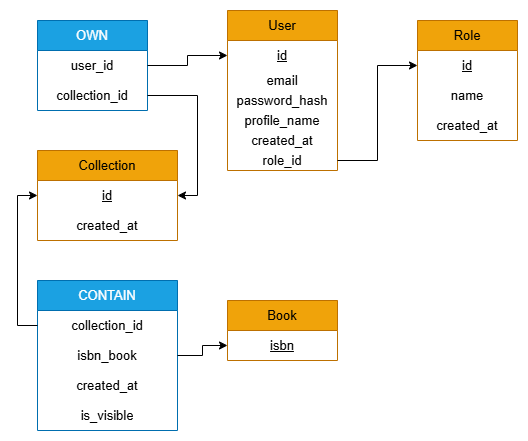
Earlier version of the draw.io export schemas/mcd-mld/mld.png (hoailinh567/projet-wikibouquin). Source tidied: cells renumbered, new cells last; positions are measured from the earlier drawing's top-left corner, leaving out a move shared by most shapes. Source of this version:
```xml
<mxGraphModel background="#FFFFFF">
  <root>
    <mxCell id="0" />
    <mxCell id="1" parent="0" />
    <mxCell id="2" value="User" style="swimlane;fontStyle=0;horizontal=1;startSize=30;whiteSpace=wrap;html=1;align=center;fillColor=#f0a30a;fontColor=#000000;strokeColor=#BD7000;fontSize=13;" parent="1" vertex="1">
      <mxGeometry x="190" width="110" height="160" as="geometry" />
    </mxCell>
    <mxCell id="3" value="id" style="text;strokeColor=none;fillColor=none;align=center;verticalAlign=middle;spacingLeft=4;spacingRight=4;overflow=hidden;points=[[0,0.5],[1,0.5]];portConstraint=eastwest;whiteSpace=wrap;html=1;fontStyle=4;fontSize=13;" parent="2" vertex="1">
      <mxGeometry y="30" width="110" height="30" as="geometry" />
    </mxCell>
    <mxCell id="4" value="email" style="text;strokeColor=none;fillColor=none;align=center;verticalAlign=middle;spacingLeft=4;spacingRight=4;overflow=hidden;whiteSpace=wrap;html=1;fontSize=13;" parent="2" vertex="1">
      <mxGeometry y="60" width="110" height="20" as="geometry" />
    </mxCell>
    <mxCell id="5" value="password_hash" style="text;strokeColor=none;fillColor=none;align=center;verticalAlign=middle;spacingLeft=4;spacingRight=4;overflow=hidden;whiteSpace=wrap;html=1;fontSize=13;" parent="2" vertex="1">
      <mxGeometry y="80" width="110" height="20" as="geometry" />
    </mxCell>
    <mxCell id="6" value="profile_name" style="text;strokeColor=none;fillColor=none;align=center;verticalAlign=middle;spacingLeft=4;spacingRight=4;overflow=hidden;whiteSpace=wrap;html=1;fontSize=13;" parent="2" vertex="1">
      <mxGeometry y="100" width="110" height="20" as="geometry" />
    </mxCell>
    <mxCell id="7" value="created_at" style="text;strokeColor=none;fillColor=none;align=center;verticalAlign=middle;spacingLeft=4;spacingRight=4;overflow=hidden;whiteSpace=wrap;html=1;fontSize=13;" parent="2" vertex="1">
      <mxGeometry y="120" width="110" height="20" as="geometry" />
    </mxCell>
    <mxCell id="8" value="role_id" style="text;strokeColor=none;fillColor=none;align=center;verticalAlign=middle;spacingLeft=4;spacingRight=4;overflow=hidden;points=[[0,0.5],[1,0.5]];portConstraint=eastwest;whiteSpace=wrap;html=1;fontSize=13;" parent="2" vertex="1">
      <mxGeometry y="140" width="110" height="20" as="geometry" />
    </mxCell>
    <mxCell id="9" value="Role" style="swimlane;fontStyle=0;horizontal=1;startSize=30;whiteSpace=wrap;html=1;align=center;fillColor=#f0a30a;fontColor=#000000;strokeColor=#BD7000;fontSize=13;" parent="1" vertex="1">
      <mxGeometry x="380" y="10" width="100" height="120" as="geometry" />
    </mxCell>
    <mxCell id="10" value="id" style="text;strokeColor=none;fillColor=none;align=center;verticalAlign=middle;spacingLeft=4;spacingRight=4;overflow=hidden;points=[[0,0.5],[1,0.5]];portConstraint=eastwest;whiteSpace=wrap;html=1;fontStyle=4;fontSize=13;" parent="9" vertex="1">
      <mxGeometry y="30" width="100" height="30" as="geometry" />
    </mxCell>
    <mxCell id="11" value="name" style="text;strokeColor=none;fillColor=none;align=center;verticalAlign=middle;spacingLeft=4;spacingRight=4;overflow=hidden;whiteSpace=wrap;html=1;fontSize=13;" parent="9" vertex="1">
      <mxGeometry y="60" width="100" height="30" as="geometry" />
    </mxCell>
    <mxCell id="12" value="created_at" style="text;strokeColor=none;fillColor=none;align=center;verticalAlign=middle;spacingLeft=4;spacingRight=4;overflow=hidden;whiteSpace=wrap;html=1;fontSize=13;" parent="9" vertex="1">
      <mxGeometry y="90" width="100" height="30" as="geometry" />
    </mxCell>
    <mxCell id="13" value="Book" style="swimlane;fontStyle=0;horizontal=1;startSize=30;whiteSpace=wrap;html=1;align=center;fillColor=#f0a30a;fontColor=#000000;strokeColor=#BD7000;fontSize=13;" parent="1" vertex="1">
      <mxGeometry x="190" y="290" width="110" height="60" as="geometry" />
    </mxCell>
    <mxCell id="14" value="isbn" style="text;strokeColor=none;fillColor=none;align=center;verticalAlign=middle;spacingLeft=4;spacingRight=4;overflow=hidden;points=[[0,0.5],[1,0.5]];portConstraint=eastwest;whiteSpace=wrap;html=1;fontStyle=4;fontSize=13;" parent="13" vertex="1">
      <mxGeometry y="30" width="110" height="30" as="geometry" />
    </mxCell>
    <mxCell id="15" value="CONTAIN" style="swimlane;fontStyle=0;horizontal=1;startSize=30;whiteSpace=wrap;html=1;align=center;fillColor=#1ba1e2;fontColor=#ffffff;strokeColor=#006EAF;fontSize=13;" parent="1" vertex="1">
      <mxGeometry y="270" width="140" height="150" as="geometry" />
    </mxCell>
    <mxCell id="16" value="collection_id" style="text;strokeColor=none;fillColor=none;align=center;verticalAlign=middle;spacingLeft=4;spacingRight=4;overflow=hidden;points=[[0,0.5],[1,0.5]];portConstraint=eastwest;whiteSpace=wrap;html=1;fontSize=13;" parent="15" vertex="1">
      <mxGeometry y="30" width="140" height="30" as="geometry" />
    </mxCell>
    <mxCell id="17" value="isbn_book" style="text;strokeColor=none;fillColor=none;align=center;verticalAlign=middle;spacingLeft=4;spacingRight=4;overflow=hidden;points=[[0,0.5],[1,0.5]];portConstraint=eastwest;whiteSpace=wrap;html=1;fontSize=13;" parent="15" vertex="1">
      <mxGeometry y="60" width="140" height="30" as="geometry" />
    </mxCell>
    <mxCell id="18" value="created_at" style="text;strokeColor=none;fillColor=none;align=center;verticalAlign=middle;spacingLeft=4;spacingRight=4;overflow=hidden;whiteSpace=wrap;html=1;fontSize=13;" parent="15" vertex="1">
      <mxGeometry y="90" width="140" height="30" as="geometry" />
    </mxCell>
    <mxCell id="19" value="is_visible" style="text;strokeColor=none;fillColor=none;align=center;verticalAlign=middle;spacingLeft=4;spacingRight=4;overflow=hidden;whiteSpace=wrap;html=1;fontSize=13;" parent="15" vertex="1">
      <mxGeometry y="120" width="140" height="30" as="geometry" />
    </mxCell>
    <mxCell id="20" value="OWN" style="swimlane;fontStyle=0;horizontal=1;startSize=30;whiteSpace=wrap;html=1;align=center;fillColor=#1ba1e2;fontColor=#ffffff;strokeColor=#006EAF;fontSize=13;" parent="1" vertex="1">
      <mxGeometry y="10" width="110" height="90" as="geometry" />
    </mxCell>
    <mxCell id="21" value="user_id" style="text;strokeColor=none;fillColor=none;align=center;verticalAlign=middle;spacingLeft=4;spacingRight=4;overflow=hidden;points=[[0,0.5],[1,0.5]];portConstraint=eastwest;whiteSpace=wrap;html=1;fontSize=13;" parent="20" vertex="1">
      <mxGeometry y="30" width="110" height="30" as="geometry" />
    </mxCell>
    <mxCell id="22" value="collection_id" style="text;strokeColor=none;fillColor=none;align=center;verticalAlign=middle;spacingLeft=4;spacingRight=4;overflow=hidden;points=[[0,0.5],[1,0.5]];portConstraint=eastwest;whiteSpace=wrap;html=1;fontSize=13;" parent="20" vertex="1">
      <mxGeometry y="60" width="110" height="30" as="geometry" />
    </mxCell>
    <mxCell id="23" style="edgeStyle=orthogonalEdgeStyle;rounded=0;jettySize=auto;html=1;exitX=1;exitY=0.5;exitDx=0;exitDy=0;entryX=0;entryY=0.5;entryDx=0;entryDy=0;align=center;fontSize=13;" parent="1" edge="1" source="8" target="10">
      <mxGeometry relative="1" as="geometry" />
    </mxCell>
    <mxCell id="24" value="Collection" style="swimlane;fontStyle=0;horizontal=1;startSize=30;whiteSpace=wrap;html=1;align=center;fillColor=#f0a30a;fontColor=#000000;strokeColor=#BD7000;fontSize=13;" parent="1" vertex="1">
      <mxGeometry y="140" width="140" height="90" as="geometry" />
    </mxCell>
    <mxCell id="25" value="id" style="text;strokeColor=none;fillColor=none;align=center;verticalAlign=middle;spacingLeft=4;spacingRight=4;overflow=hidden;points=[[0,0.5],[1,0.5]];portConstraint=eastwest;whiteSpace=wrap;html=1;fontStyle=4;fontSize=13;" parent="24" vertex="1">
      <mxGeometry y="30" width="140" height="30" as="geometry" />
    </mxCell>
    <mxCell id="26" value="created_at" style="text;strokeColor=none;fillColor=none;align=center;verticalAlign=middle;spacingLeft=4;spacingRight=4;overflow=hidden;whiteSpace=wrap;html=1;fontSize=13;" parent="24" vertex="1">
      <mxGeometry y="60" width="140" height="30" as="geometry" />
    </mxCell>
    <mxCell id="27" style="edgeStyle=orthogonalEdgeStyle;rounded=0;jettySize=auto;html=1;exitX=1;exitY=0.5;exitDx=0;exitDy=0;align=center;fontSize=13;" parent="1" edge="1" source="21" target="3">
      <mxGeometry relative="1" as="geometry" />
    </mxCell>
    <mxCell id="28" style="edgeStyle=orthogonalEdgeStyle;rounded=0;jettySize=auto;html=1;exitX=0;exitY=0.5;exitDx=0;exitDy=0;entryX=0;entryY=0.5;entryDx=0;entryDy=0;align=center;fontSize=13;" parent="1" edge="1" source="16" target="25">
      <mxGeometry relative="1" as="geometry" />
    </mxCell>
    <mxCell id="29" style="edgeStyle=orthogonalEdgeStyle;rounded=0;jettySize=auto;html=1;entryX=1;entryY=0.5;entryDx=0;entryDy=0;align=center;fontSize=13;" parent="1" edge="1" source="22" target="25">
      <mxGeometry relative="1" as="geometry" />
    </mxCell>
    <mxCell id="30" style="edgeStyle=orthogonalEdgeStyle;rounded=0;jettySize=auto;html=1;exitX=1;exitY=0.5;exitDx=0;exitDy=0;align=center;fontSize=13;" parent="1" edge="1" source="17" target="14">
      <mxGeometry relative="1" as="geometry" />
    </mxCell>
  </root>
</mxGraphModel>
```
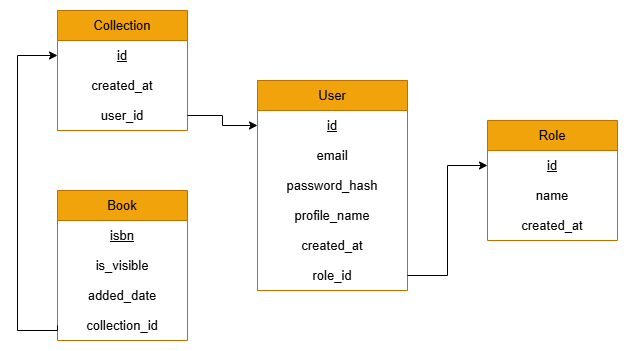
Later version of the same file.

Diff of the diagram source:
```diff
@@ -3,91 +3,79 @@
     <mxCell id="0" />
     <mxCell id="1" parent="0" />
     <mxCell id="2" value="User" style="swimlane;fontStyle=0;horizontal=1;startSize=30;whiteSpace=wrap;html=1;align=center;fillColor=#f0a30a;fontColor=#000000;strokeColor=#BD7000;fontSize=13;" parent="1" vertex="1">
-      <mxGeometry x="190" width="110" height="160" as="geometry" />
+      <mxGeometry x="140" y="100" width="150" height="210" as="geometry" />
     </mxCell>
     <mxCell id="3" value="id" style="text;strokeColor=none;fillColor=none;align=center;verticalAlign=middle;spacingLeft=4;spacingRight=4;overflow=hidden;points=[[0,0.5],[1,0.5]];portConstraint=eastwest;whiteSpace=wrap;html=1;fontStyle=4;fontSize=13;" parent="2" vertex="1">
-      <mxGeometry y="30" width="110" height="30" as="geometry" />
+      <mxGeometry y="30" width="150" height="30" as="geometry" />
     </mxCell>
     <mxCell id="4" value="email" style="text;strokeColor=none;fillColor=none;align=center;verticalAlign=middle;spacingLeft=4;spacingRight=4;overflow=hidden;whiteSpace=wrap;html=1;fontSize=13;" parent="2" vertex="1">
-      <mxGeometry y="60" width="110" height="20" as="geometry" />
+      <mxGeometry y="60" width="150" height="30" as="geometry" />
     </mxCell>
     <mxCell id="5" value="password_hash" style="text;strokeColor=none;fillColor=none;align=center;verticalAlign=middle;spacingLeft=4;spacingRight=4;overflow=hidden;whiteSpace=wrap;html=1;fontSize=13;" parent="2" vertex="1">
-      <mxGeometry y="80" width="110" height="20" as="geometry" />
+      <mxGeometry y="90" width="150" height="30" as="geometry" />
     </mxCell>
     <mxCell id="6" value="profile_name" style="text;strokeColor=none;fillColor=none;align=center;verticalAlign=middle;spacingLeft=4;spacingRight=4;overflow=hidden;whiteSpace=wrap;html=1;fontSize=13;" parent="2" vertex="1">
-      <mxGeometry y="100" width="110" height="20" as="geometry" />
+      <mxGeometry y="120" width="150" height="30" as="geometry" />
     </mxCell>
     <mxCell id="7" value="created_at" style="text;strokeColor=none;fillColor=none;align=center;verticalAlign=middle;spacingLeft=4;spacingRight=4;overflow=hidden;whiteSpace=wrap;html=1;fontSize=13;" parent="2" vertex="1">
-      <mxGeometry y="120" width="110" height="20" as="geometry" />
+      <mxGeometry y="150" width="150" height="30" as="geometry" />
     </mxCell>
     <mxCell id="8" value="role_id" style="text;strokeColor=none;fillColor=none;align=center;verticalAlign=middle;spacingLeft=4;spacingRight=4;overflow=hidden;points=[[0,0.5],[1,0.5]];portConstraint=eastwest;whiteSpace=wrap;html=1;fontSize=13;" parent="2" vertex="1">
-      <mxGeometry y="140" width="110" height="20" as="geometry" />
+      <mxGeometry y="180" width="150" height="30" as="geometry" />
     </mxCell>
     <mxCell id="9" value="Role" style="swimlane;fontStyle=0;horizontal=1;startSize=30;whiteSpace=wrap;html=1;align=center;fillColor=#f0a30a;fontColor=#000000;strokeColor=#BD7000;fontSize=13;" parent="1" vertex="1">
-      <mxGeometry x="380" y="10" width="100" height="120" as="geometry" />
+      <mxGeometry x="370" y="140" width="130" height="120" as="geometry" />
     </mxCell>
     <mxCell id="10" value="id" style="text;strokeColor=none;fillColor=none;align=center;verticalAlign=middle;spacingLeft=4;spacingRight=4;overflow=hidden;points=[[0,0.5],[1,0.5]];portConstraint=eastwest;whiteSpace=wrap;html=1;fontStyle=4;fontSize=13;" parent="9" vertex="1">
-      <mxGeometry y="30" width="100" height="30" as="geometry" />
+      <mxGeometry y="30" width="130" height="30" as="geometry" />
     </mxCell>
     <mxCell id="11" value="name" style="text;strokeColor=none;fillColor=none;align=center;verticalAlign=middle;spacingLeft=4;spacingRight=4;overflow=hidden;whiteSpace=wrap;html=1;fontSize=13;" parent="9" vertex="1">
-      <mxGeometry y="60" width="100" height="30" as="geometry" />
+      <mxGeometry y="60" width="130" height="30" as="geometry" />
     </mxCell>
     <mxCell id="12" value="created_at" style="text;strokeColor=none;fillColor=none;align=center;verticalAlign=middle;spacingLeft=4;spacingRight=4;overflow=hidden;whiteSpace=wrap;html=1;fontSize=13;" parent="9" vertex="1">
-      <mxGeometry y="90" width="100" height="30" as="geometry" />
+      <mxGeometry y="90" width="130" height="30" as="geometry" />
     </mxCell>
     <mxCell id="13" value="Book" style="swimlane;fontStyle=0;horizontal=1;startSize=30;whiteSpace=wrap;html=1;align=center;fillColor=#f0a30a;fontColor=#000000;strokeColor=#BD7000;fontSize=13;" parent="1" vertex="1">
-      <mxGeometry x="190" y="290" width="110" height="60" as="geometry" />
+      <mxGeometry x="-60" y="210" width="130" height="150" as="geometry" />
     </mxCell>
     <mxCell id="14" value="isbn" style="text;strokeColor=none;fillColor=none;align=center;verticalAlign=middle;spacingLeft=4;spacingRight=4;overflow=hidden;points=[[0,0.5],[1,0.5]];portConstraint=eastwest;whiteSpace=wrap;html=1;fontStyle=4;fontSize=13;" parent="13" vertex="1">
-      <mxGeometry y="30" width="110" height="30" as="geometry" />
+      <mxGeometry y="30" width="130" height="30" as="geometry" />
     </mxCell>
-    <mxCell id="15" value="CONTAIN" style="swimlane;fontStyle=0;horizontal=1;startSize=30;whiteSpace=wrap;html=1;align=center;fillColor=#1ba1e2;fontColor=#ffffff;strokeColor=#006EAF;fontSize=13;" parent="1" vertex="1">
-      <mxGeometry y="270" width="140" height="150" as="geometry" />
-    </mxCell>
-    <mxCell id="16" value="collection_id" style="text;strokeColor=none;fillColor=none;align=center;verticalAlign=middle;spacingLeft=4;spacingRight=4;overflow=hidden;points=[[0,0.5],[1,0.5]];portConstraint=eastwest;whiteSpace=wrap;html=1;fontSize=13;" parent="15" vertex="1">
-      <mxGeometry y="30" width="140" height="30" as="geometry" />
-    </mxCell>
-    <mxCell id="17" value="isbn_book" style="text;strokeColor=none;fillColor=none;align=center;verticalAlign=middle;spacingLeft=4;spacingRight=4;overflow=hidden;points=[[0,0.5],[1,0.5]];portConstraint=eastwest;whiteSpace=wrap;html=1;fontSize=13;" parent="15" vertex="1">
-      <mxGeometry y="60" width="140" height="30" as="geometry" />
-    </mxCell>
-    <mxCell id="18" value="created_at" style="text;strokeColor=none;fillColor=none;align=center;verticalAlign=middle;spacingLeft=4;spacingRight=4;overflow=hidden;whiteSpace=wrap;html=1;fontSize=13;" parent="15" vertex="1">
-      <mxGeometry y="90" width="140" height="30" as="geometry" />
-    </mxCell>
-    <mxCell id="19" value="is_visible" style="text;strokeColor=none;fillColor=none;align=center;verticalAlign=middle;spacingLeft=4;spacingRight=4;overflow=hidden;whiteSpace=wrap;html=1;fontSize=13;" parent="15" vertex="1">
-      <mxGeometry y="120" width="140" height="30" as="geometry" />
+    <mxCell id="19" value="is_visible" style="text;strokeColor=none;fillColor=none;align=center;verticalAlign=middle;spacingLeft=4;spacingRight=4;overflow=hidden;whiteSpace=wrap;html=1;fontSize=13;" parent="13" vertex="1">
+      <mxGeometry y="60" width="130" height="30" as="geometry" />
     </mxCell>
-    <mxCell id="20" value="OWN" style="swimlane;fontStyle=0;horizontal=1;startSize=30;whiteSpace=wrap;html=1;align=center;fillColor=#1ba1e2;fontColor=#ffffff;strokeColor=#006EAF;fontSize=13;" parent="1" vertex="1">
-      <mxGeometry y="10" width="110" height="90" as="geometry" />
-    </mxCell>
-    <mxCell id="21" value="user_id" style="text;strokeColor=none;fillColor=none;align=center;verticalAlign=middle;spacingLeft=4;spacingRight=4;overflow=hidden;points=[[0,0.5],[1,0.5]];portConstraint=eastwest;whiteSpace=wrap;html=1;fontSize=13;" parent="20" vertex="1">
-      <mxGeometry y="30" width="110" height="30" as="geometry" />
-    </mxCell>
-    <mxCell id="22" value="collection_id" style="text;strokeColor=none;fillColor=none;align=center;verticalAlign=middle;spacingLeft=4;spacingRight=4;overflow=hidden;points=[[0,0.5],[1,0.5]];portConstraint=eastwest;whiteSpace=wrap;html=1;fontSize=13;" parent="20" vertex="1">
-      <mxGeometry y="60" width="110" height="30" as="geometry" />
-    </mxCell>
+    <mxCell id="31" value="added_date" style="text;strokeColor=none;fillColor=none;align=center;verticalAlign=middle;spacingLeft=4;spacingRight=4;overflow=hidden;whiteSpace=wrap;html=1;fontSize=13;" parent="13" vertex="1">
+      <mxGeometry y="90" width="130" height="30" as="geometry" />
+    </mxCell>
+    <mxCell id="32" value="collection_id" style="text;strokeColor=none;fillColor=none;align=center;verticalAlign=middle;spacingLeft=4;spacingRight=4;overflow=hidden;points=[[0,0.5],[1,0.5]];portConstraint=eastwest;whiteSpace=wrap;html=1;fontSize=13;" parent="13" vertex="1">
+      <mxGeometry y="120" width="130" height="30" as="geometry" />
+    </mxCell>
     <mxCell id="23" style="edgeStyle=orthogonalEdgeStyle;rounded=0;jettySize=auto;html=1;exitX=1;exitY=0.5;exitDx=0;exitDy=0;entryX=0;entryY=0.5;entryDx=0;entryDy=0;align=center;fontSize=13;" parent="1" edge="1" source="8" target="10">
       <mxGeometry relative="1" as="geometry" />
     </mxCell>
     <mxCell id="24" value="Collection" style="swimlane;fontStyle=0;horizontal=1;startSize=30;whiteSpace=wrap;html=1;align=center;fillColor=#f0a30a;fontColor=#000000;strokeColor=#BD7000;fontSize=13;" parent="1" vertex="1">
-      <mxGeometry y="140" width="140" height="90" as="geometry" />
+      <mxGeometry x="-60" y="30" width="130" height="120" as="geometry" />
     </mxCell>
     <mxCell id="25" value="id" style="text;strokeColor=none;fillColor=none;align=center;verticalAlign=middle;spacingLeft=4;spacingRight=4;overflow=hidden;points=[[0,0.5],[1,0.5]];portConstraint=eastwest;whiteSpace=wrap;html=1;fontStyle=4;fontSize=13;" parent="24" vertex="1">
-      <mxGeometry y="30" width="140" height="30" as="geometry" />
+      <mxGeometry y="30" width="130" height="30" as="geometry" />
     </mxCell>
     <mxCell id="26" value="created_at" style="text;strokeColor=none;fillColor=none;align=center;verticalAlign=middle;spacingLeft=4;spacingRight=4;overflow=hidden;whiteSpace=wrap;html=1;fontSize=13;" parent="24" vertex="1">
-      <mxGeometry y="60" width="140" height="30" as="geometry" />
+      <mxGeometry y="60" width="130" height="30" as="geometry" />
     </mxCell>
+    <mxCell id="21" value="user_id" style="text;strokeColor=none;fillColor=none;align=center;verticalAlign=middle;spacingLeft=4;spacingRight=4;overflow=hidden;points=[[0,0.5],[1,0.5]];portConstraint=eastwest;whiteSpace=wrap;html=1;fontSize=13;" parent="24" vertex="1">
+      <mxGeometry y="90" width="130" height="30" as="geometry" />
+    </mxCell>
     <mxCell id="27" style="edgeStyle=orthogonalEdgeStyle;rounded=0;jettySize=auto;html=1;exitX=1;exitY=0.5;exitDx=0;exitDy=0;align=center;fontSize=13;" parent="1" edge="1" source="21" target="3">
       <mxGeometry relative="1" as="geometry" />
     </mxCell>
-    <mxCell id="28" style="edgeStyle=orthogonalEdgeStyle;rounded=0;jettySize=auto;html=1;exitX=0;exitY=0.5;exitDx=0;exitDy=0;entryX=0;entryY=0.5;entryDx=0;entryDy=0;align=center;fontSize=13;" parent="1" edge="1" source="16" target="25">
-      <mxGeometry relative="1" as="geometry" />
-    </mxCell>
-    <mxCell id="29" style="edgeStyle=orthogonalEdgeStyle;rounded=0;jettySize=auto;html=1;entryX=1;entryY=0.5;entryDx=0;entryDy=0;align=center;fontSize=13;" parent="1" edge="1" source="22" target="25">
-      <mxGeometry relative="1" as="geometry" />
-    </mxCell>
-    <mxCell id="30" style="edgeStyle=orthogonalEdgeStyle;rounded=0;jettySize=auto;html=1;exitX=1;exitY=0.5;exitDx=0;exitDy=0;align=center;fontSize=13;" parent="1" edge="1" source="17" target="14">
-      <mxGeometry relative="1" as="geometry" />
-    </mxCell>
+    <mxCell id="33" style="edgeStyle=orthogonalEdgeStyle;rounded=0;jettySize=auto;html=1;align=center;fontSize=13;entryX=0;entryY=0.5;entryDx=0;entryDy=0;exitX=0;exitY=0.5;exitDx=0;exitDy=0;" parent="1" edge="1" source="32" target="25">
+      <mxGeometry relative="1" as="geometry">
+        <Array as="points">
+          <mxPoint x="-60" y="350" />
+          <mxPoint x="-100" y="350" />
+          <mxPoint x="-100" y="75" />
+        </Array>
+      </mxGeometry>
+    </mxCell>
   </root>
 </mxGraphModel>
```
